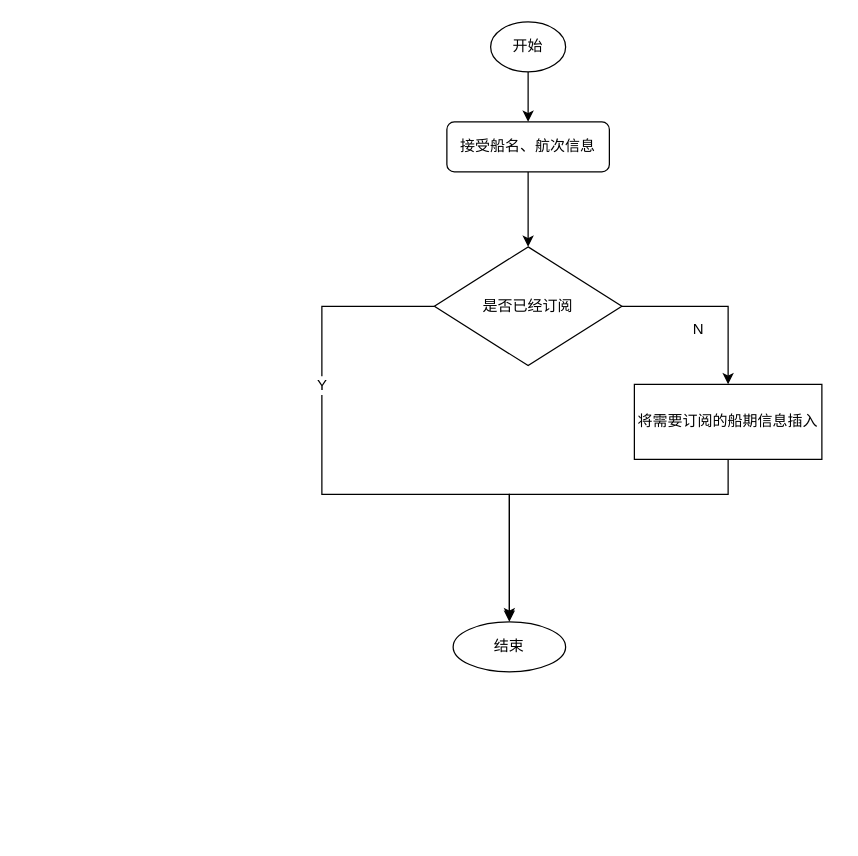
caixuecheng/track-drawio keeps this draw.io diagram as port-manager/提供外运宁波船期订阅.drawio. Above is the earlier version. Source tidied: cells renumbered, new cells numbered last; positions are measured from the earlier drawing's top-left corner, leaving out a move shared by most shapes. Both pictures are drawn from the tidied source at 125%, with x=0, y=0 at pixel (321, 21).
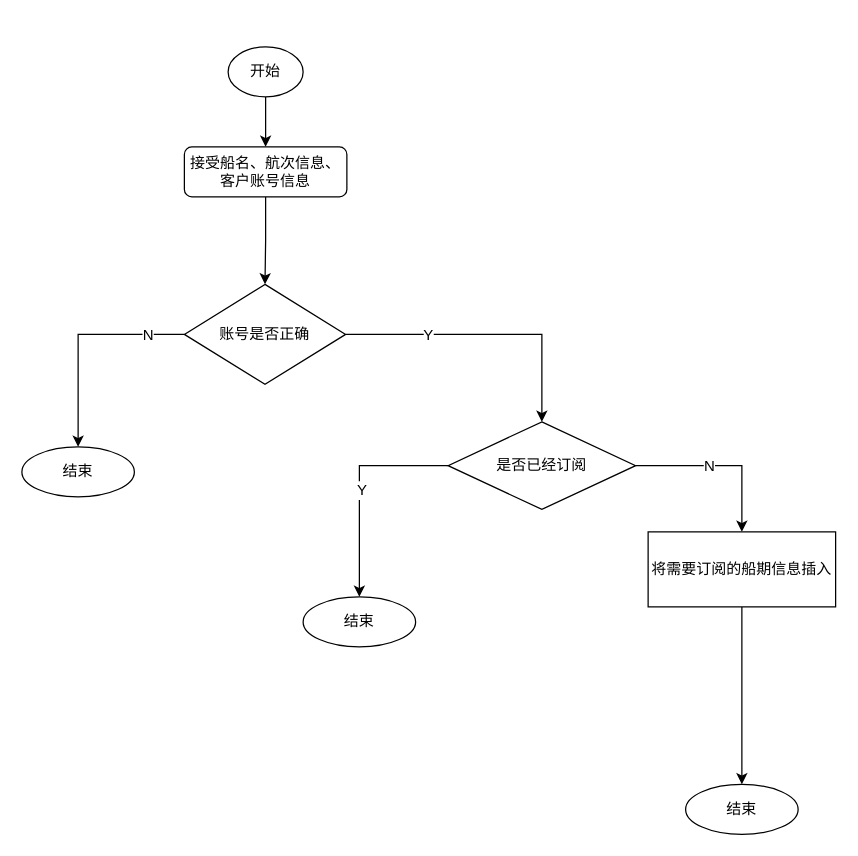
Above is the later version.

Commit message (it also covers changes not shown here):
更新提供外运宁波船期订阅.drawio

The edit, as a diff of the source:
```diff
@@
     <mxCell id="3" value="开始" style="ellipse;whiteSpace=wrap;html=1;" parent="1" vertex="1">
-      <mxGeometry x="135" width="60" height="40" as="geometry" />
+      <mxGeometry x="-75" y="20" width="60" height="40" as="geometry" />
     </mxCell>
-    <mxCell id="4" style="edgeStyle=orthogonalEdgeStyle;rounded=0;jettySize=auto;html=1;exitX=0.5;exitY=1;exitDx=0;exitDy=0;entryX=0.5;entryY=0;entryDx=0;entryDy=0;" parent="1" edge="1" source="5" target="10">
-      <mxGeometry relative="1" as="geometry" />
-    </mxCell>
+    <mxCell id="14" style="edgeStyle=orthogonalEdgeStyle;rounded=0;jettySize=auto;html=1;exitX=0.5;exitY=1;exitDx=0;exitDy=0;entryX=0.5;entryY=0;entryDx=0;entryDy=0;" parent="1" edge="1" source="5" target="22">
+      <mxGeometry relative="1" as="geometry" />
+    </mxCell>
-    <mxCell id="5" value="接受船名、航次信息" style="rounded=1;whiteSpace=wrap;html=1;" parent="1" vertex="1">
-      <mxGeometry x="100" y="80" width="130" height="40" as="geometry" />
+    <mxCell id="5" value="接受船名、航次信息、客户账号信息" style="rounded=1;whiteSpace=wrap;html=1;" parent="1" vertex="1">
+      <mxGeometry x="-110" y="100" width="130" height="40" as="geometry" />
     </mxCell>
+    <mxCell id="8" style="edgeStyle=orthogonalEdgeStyle;rounded=0;jettySize=auto;html=1;exitX=1;exitY=0.5;exitDx=0;exitDy=0;entryX=0.5;entryY=0;entryDx=0;entryDy=0;" parent="1" edge="1" source="10" target="13">
+      <mxGeometry relative="1" as="geometry" />
+    </mxCell>
+    <mxCell id="15" value="N" style="text;html=1;align=center;verticalAlign=middle;labelBackgroundColor=#ffffff;" parent="8" vertex="1">
+      <mxGeometry x="-0.16" relative="1" as="geometry" />
+    </mxCell>
     <mxCell id="6" style="edgeStyle=orthogonalEdgeStyle;rounded=0;jettySize=auto;html=1;exitX=0;exitY=0.5;exitDx=0;exitDy=0;entryX=0.5;entryY=0;entryDx=0;entryDy=0;" parent="1" edge="1" source="10" target="11">
-      <mxGeometry relative="1" as="geometry">
-        <Array as="points">
-          <mxPoint y="228" />
-          <mxPoint y="378" />
-          <mxPoint x="150" y="378" />
-        </Array>
-      </mxGeometry>
+      <mxGeometry relative="1" as="geometry" />
     </mxCell>
-    <mxCell id="7" value="Y" style="text;html=1;align=center;verticalAlign=middle;labelBackgroundColor=#ffffff;" parent="6" vertex="1">
-      <mxGeometry x="-0.38" y="-1" relative="1" as="geometry" />
-    </mxCell>
-    <mxCell id="8" style="edgeStyle=orthogonalEdgeStyle;rounded=0;jettySize=auto;html=1;exitX=1;exitY=0.5;exitDx=0;exitDy=0;entryX=0.5;entryY=0;entryDx=0;entryDy=0;" parent="1" edge="1" source="10" target="13">
-      <mxGeometry relative="1" as="geometry" />
-    </mxCell>
-    <mxCell id="9" value="N" style="text;html=1;align=center;verticalAlign=middle;labelBackgroundColor=#ffffff;" parent="8" vertex="1">
-      <mxGeometry x="-0.18" y="-18" relative="1" as="geometry" />
-    </mxCell>
+    <mxCell id="16" value="Y" style="text;html=1;align=center;verticalAlign=middle;labelBackgroundColor=#ffffff;" parent="6" vertex="1">
+      <mxGeometry x="-0.2" y="19" relative="1" as="geometry" />
+    </mxCell>
     <mxCell id="10" value="是否已经订阅" style="rhombus;whiteSpace=wrap;html=1;" parent="1" vertex="1">
-      <mxGeometry x="90" y="180" width="150" height="95" as="geometry" />
+      <mxGeometry x="101" y="320" width="150" height="70" as="geometry" />
     </mxCell>
     <mxCell id="11" value="结束" style="ellipse;whiteSpace=wrap;html=1;" parent="1" vertex="1">
-      <mxGeometry x="105" y="480" width="90" height="40" as="geometry" />
+      <mxGeometry x="-15" y="460" width="90" height="40" as="geometry" />
     </mxCell>
-    <mxCell id="12" style="edgeStyle=orthogonalEdgeStyle;rounded=0;orthogonalLoop=1;jettySize=auto;html=1;exitX=0.5;exitY=1;exitDx=0;exitDy=0;entryX=0.5;entryY=0;entryDx=0;entryDy=0;" parent="1" edge="1">
-      <mxGeometry relative="1" as="geometry">
-        <mxPoint x="325" y="348" as="sourcePoint" />
-        <mxPoint x="150" y="478" as="targetPoint" />
-        <Array as="points">
-          <mxPoint x="325" y="378" />
-          <mxPoint x="150" y="378" />
-        </Array>
-      </mxGeometry>
-    </mxCell>
+    <mxCell id="17" style="edgeStyle=orthogonalEdgeStyle;rounded=0;jettySize=auto;html=1;exitX=0.5;exitY=1;exitDx=0;exitDy=0;" parent="1" edge="1" source="13" target="24">
+      <mxGeometry relative="1" as="geometry" />
+    </mxCell>
     <mxCell id="13" value="将需要订阅的船期信息插入" style="rounded=0;whiteSpace=wrap;html=1;" parent="1" vertex="1">
-      <mxGeometry x="250" y="290" width="150" height="60" as="geometry" />
+      <mxGeometry x="261" y="408" width="150" height="60" as="geometry" />
     </mxCell>
+    <mxCell id="18" style="edgeStyle=orthogonalEdgeStyle;rounded=0;jettySize=auto;html=1;exitX=1;exitY=0.5;exitDx=0;exitDy=0;" parent="1" edge="1" source="22" target="10">
+      <mxGeometry relative="1" as="geometry" />
+    </mxCell>
+    <mxCell id="19" value="Y" style="text;html=1;align=center;verticalAlign=middle;labelBackgroundColor=#ffffff;" parent="18" vertex="1">
+      <mxGeometry x="-0.43" relative="1" as="geometry" />
+    </mxCell>
+    <mxCell id="20" style="edgeStyle=orthogonalEdgeStyle;rounded=0;jettySize=auto;html=1;exitX=0;exitY=0.5;exitDx=0;exitDy=0;entryX=0.5;entryY=0;entryDx=0;entryDy=0;" parent="1" edge="1" source="22" target="23">
+      <mxGeometry relative="1" as="geometry" />
+    </mxCell>
+    <mxCell id="21" value="N" style="text;html=1;align=center;verticalAlign=middle;labelBackgroundColor=#ffffff;" parent="20" vertex="1">
+      <mxGeometry x="-0.66" relative="1" as="geometry" />
+    </mxCell>
+    <mxCell id="22" value="账号是否正确" style="rhombus;whiteSpace=wrap;html=1;" parent="1" vertex="1">
+      <mxGeometry x="-110" y="210" width="129" height="80" as="geometry" />
+    </mxCell>
+    <mxCell id="23" value="结束" style="ellipse;whiteSpace=wrap;html=1;" parent="1" vertex="1">
+      <mxGeometry x="-240" y="340" width="90" height="40" as="geometry" />
+    </mxCell>
+    <mxCell id="24" value="结束" style="ellipse;whiteSpace=wrap;html=1;" parent="1" vertex="1">
+      <mxGeometry x="291" y="610" width="90" height="40" as="geometry" />
+    </mxCell>
```
